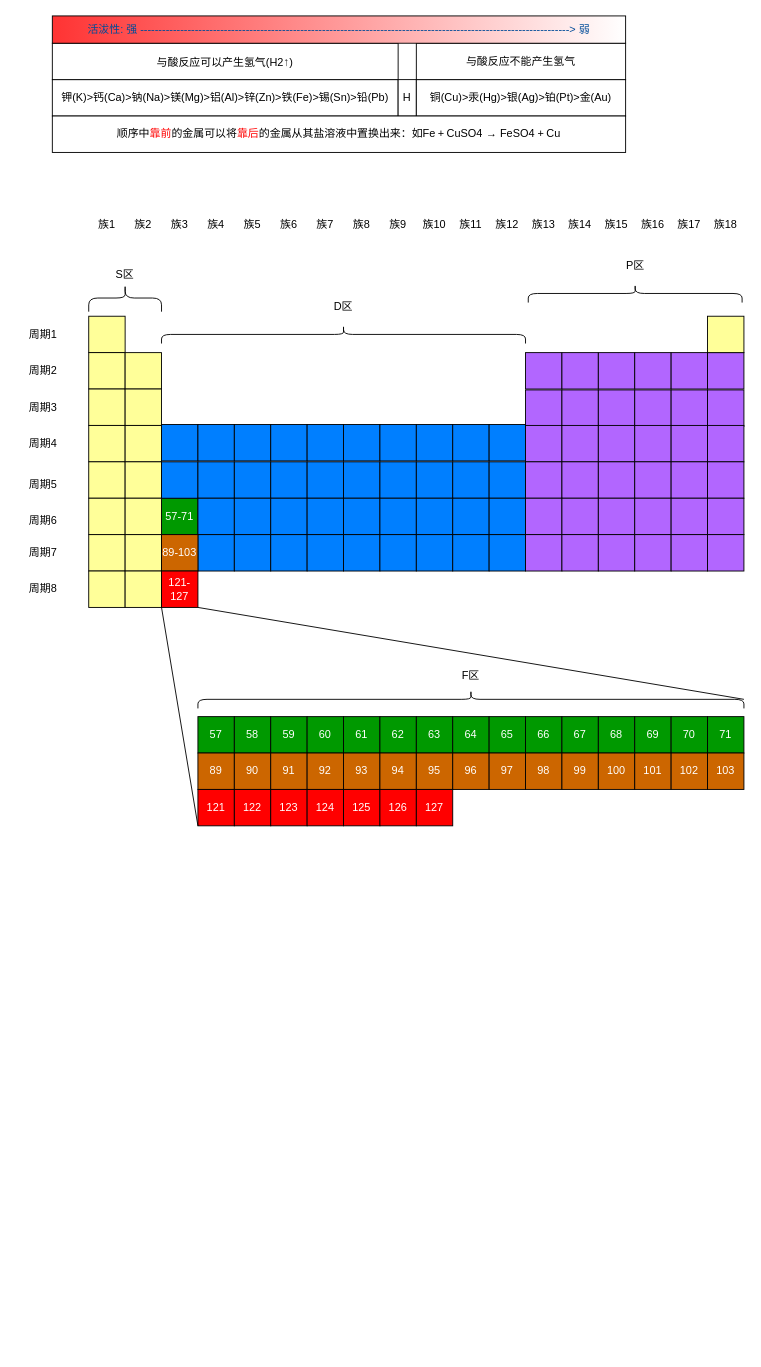
The draw.io diagram 化学元素.drawio in fengsh998/pics, before the edit. Source tidied: cells renumbered, new cells numbered last; positions are measured from the earlier drawing's top-left corner, leaving out a move shared by most shapes. Both pictures are drawn from the tidied source at 91%, with x=0, y=0 at pixel (15, 15).
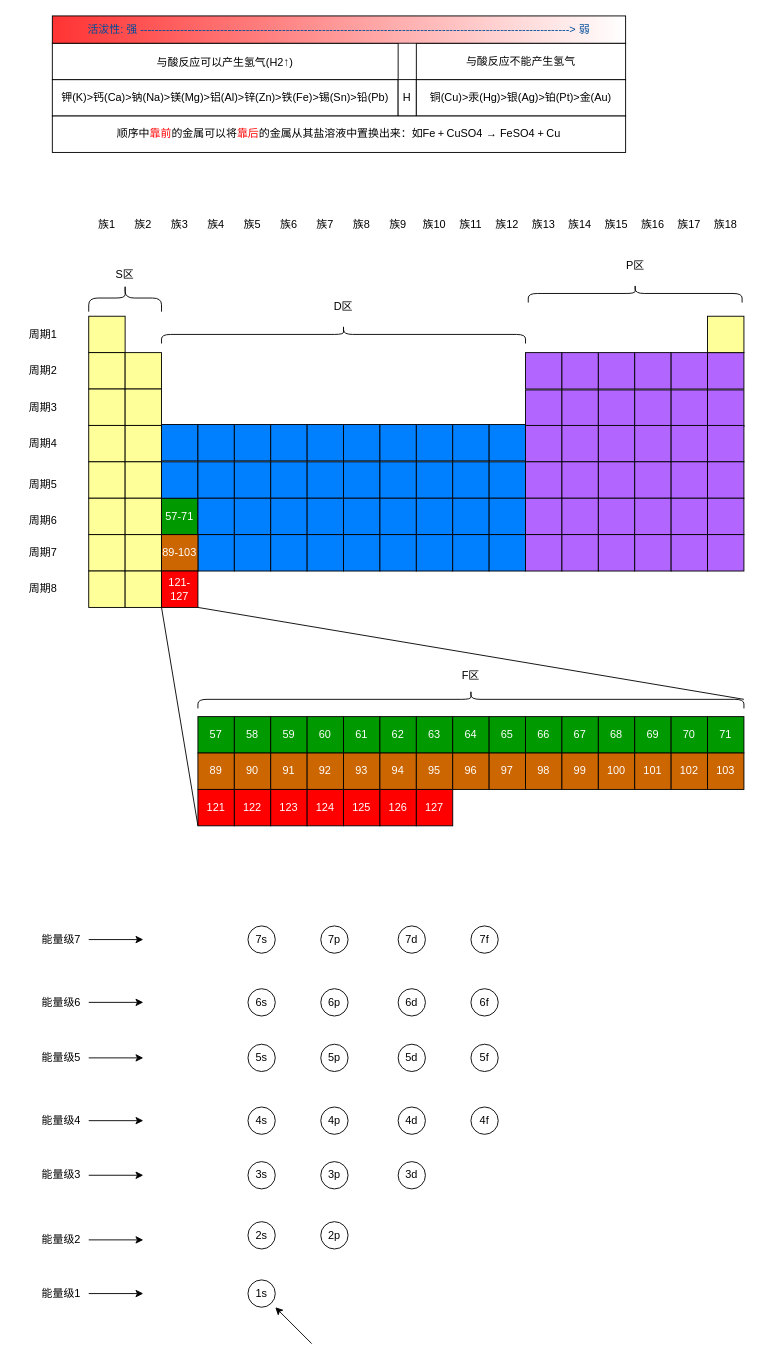
Above is the later version.

Commit message (it also covers changes not shown here):
更新化学元素.drawio

What changed in the source:
```diff
@@
+    <mxCell id="175" value="1s" style="ellipse;whiteSpace=wrap;html=1;" parent="1" vertex="1">
+      <mxGeometry x="255" y="1389" width="30" height="30" as="geometry" />
+    </mxCell>
+    <mxCell id="176" value="2s" style="ellipse;whiteSpace=wrap;html=1;" parent="1" vertex="1">
+      <mxGeometry x="255" y="1325" width="30" height="30" as="geometry" />
+    </mxCell>
+    <mxCell id="177" value="2p" style="ellipse;whiteSpace=wrap;html=1;" parent="1" vertex="1">
+      <mxGeometry x="335" y="1325" width="30" height="30" as="geometry" />
+    </mxCell>
+    <mxCell id="178" value="3s" style="ellipse;whiteSpace=wrap;html=1;" parent="1" vertex="1">
+      <mxGeometry x="255" y="1259" width="30" height="30" as="geometry" />
+    </mxCell>
+    <mxCell id="179" value="3p" style="ellipse;whiteSpace=wrap;html=1;" parent="1" vertex="1">
+      <mxGeometry x="335" y="1259" width="30" height="30" as="geometry" />
+    </mxCell>
+    <mxCell id="180" value="4s" style="ellipse;whiteSpace=wrap;html=1;" parent="1" vertex="1">
+      <mxGeometry x="255" y="1199" width="30" height="30" as="geometry" />
+    </mxCell>
+    <mxCell id="181" value="4p" style="ellipse;whiteSpace=wrap;html=1;" parent="1" vertex="1">
+      <mxGeometry x="335" y="1199" width="30" height="30" as="geometry" />
+    </mxCell>
+    <mxCell id="182" value="5s" style="ellipse;whiteSpace=wrap;html=1;" parent="1" vertex="1">
+      <mxGeometry x="255" y="1130" width="30" height="30" as="geometry" />
+    </mxCell>
+    <mxCell id="183" value="5p" style="ellipse;whiteSpace=wrap;html=1;" parent="1" vertex="1">
+      <mxGeometry x="335" y="1130" width="30" height="30" as="geometry" />
+    </mxCell>
+    <mxCell id="184" value="3d" style="ellipse;whiteSpace=wrap;html=1;" parent="1" vertex="1">
+      <mxGeometry x="420" y="1259" width="30" height="30" as="geometry" />
+    </mxCell>
+    <mxCell id="185" value="4d" style="ellipse;whiteSpace=wrap;html=1;" parent="1" vertex="1">
+      <mxGeometry x="420" y="1199" width="30" height="30" as="geometry" />
+    </mxCell>
+    <mxCell id="186" value="4f" style="ellipse;whiteSpace=wrap;html=1;" parent="1" vertex="1">
+      <mxGeometry x="500" y="1199" width="30" height="30" as="geometry" />
+    </mxCell>
+    <mxCell id="187" value="5d" style="ellipse;whiteSpace=wrap;html=1;" parent="1" vertex="1">
+      <mxGeometry x="420" y="1130" width="30" height="30" as="geometry" />
+    </mxCell>
+    <mxCell id="188" value="5f" style="ellipse;whiteSpace=wrap;html=1;" parent="1" vertex="1">
+      <mxGeometry x="500" y="1130" width="30" height="30" as="geometry" />
+    </mxCell>
+    <mxCell id="189" value="6s" style="ellipse;whiteSpace=wrap;html=1;" parent="1" vertex="1">
+      <mxGeometry x="255" y="1069" width="30" height="30" as="geometry" />
+    </mxCell>
+    <mxCell id="190" value="6p" style="ellipse;whiteSpace=wrap;html=1;" parent="1" vertex="1">
+      <mxGeometry x="335" y="1069" width="30" height="30" as="geometry" />
+    </mxCell>
+    <mxCell id="191" value="6d" style="ellipse;whiteSpace=wrap;html=1;" parent="1" vertex="1">
+      <mxGeometry x="420" y="1069" width="30" height="30" as="geometry" />
+    </mxCell>
+    <mxCell id="192" value="6f" style="ellipse;whiteSpace=wrap;html=1;" parent="1" vertex="1">
+      <mxGeometry x="500" y="1069" width="30" height="30" as="geometry" />
+    </mxCell>
+    <mxCell id="193" value="7s" style="ellipse;whiteSpace=wrap;html=1;" parent="1" vertex="1">
+      <mxGeometry x="255" y="1000" width="30" height="30" as="geometry" />
+    </mxCell>
+    <mxCell id="194" value="7p" style="ellipse;whiteSpace=wrap;html=1;" parent="1" vertex="1">
+      <mxGeometry x="335" y="1000" width="30" height="30" as="geometry" />
+    </mxCell>
+    <mxCell id="195" value="7d" style="ellipse;whiteSpace=wrap;html=1;" parent="1" vertex="1">
+      <mxGeometry x="420" y="1000" width="30" height="30" as="geometry" />
+    </mxCell>
+    <mxCell id="196" value="7f" style="ellipse;whiteSpace=wrap;html=1;" parent="1" vertex="1">
+      <mxGeometry x="500" y="1000" width="30" height="30" as="geometry" />
+    </mxCell>
+    <mxCell id="197" value="能量级1" style="text;html=1;whiteSpace=wrap;strokeColor=none;fillColor=none;align=center;verticalAlign=middle;rounded=0;" parent="1" vertex="1">
+      <mxGeometry x="20" y="1389" width="60" height="30" as="geometry" />
+    </mxCell>
+    <mxCell id="198" style="endArrow=classic;html=1;rounded=0;exitX=1;exitY=0.5;exitDx=0;exitDy=0;" parent="1" edge="1" source="197">
+      <mxGeometry relative="1" as="geometry">
+        <mxPoint x="140" y="1404" as="targetPoint" />
+      </mxGeometry>
+    </mxCell>
+    <mxCell id="199" value="能量级2" style="text;html=1;whiteSpace=wrap;strokeColor=none;fillColor=none;align=center;verticalAlign=middle;rounded=0;" parent="1" vertex="1">
+      <mxGeometry x="20" y="1330" width="60" height="30" as="geometry" />
+    </mxCell>
+    <mxCell id="200" style="endArrow=classic;html=1;rounded=0;exitX=1;exitY=0.5;exitDx=0;exitDy=0;" parent="1" edge="1" source="199">
+      <mxGeometry relative="1" as="geometry">
+        <mxPoint x="140" y="1345" as="targetPoint" />
+      </mxGeometry>
+    </mxCell>
+    <mxCell id="201" value="能量级3" style="text;html=1;whiteSpace=wrap;strokeColor=none;fillColor=none;align=center;verticalAlign=middle;rounded=0;" parent="1" vertex="1">
+      <mxGeometry x="20" y="1259" width="60" height="30" as="geometry" />
+    </mxCell>
+    <mxCell id="202" style="endArrow=classic;html=1;rounded=0;exitX=1;exitY=0.5;exitDx=0;exitDy=0;" parent="1" edge="1" source="201">
+      <mxGeometry relative="1" as="geometry">
+        <mxPoint x="140" y="1274" as="targetPoint" />
+      </mxGeometry>
+    </mxCell>
+    <mxCell id="203" value="能量级4" style="text;html=1;whiteSpace=wrap;strokeColor=none;fillColor=none;align=center;verticalAlign=middle;rounded=0;" parent="1" vertex="1">
+      <mxGeometry x="20" y="1199" width="60" height="30" as="geometry" />
+    </mxCell>
+    <mxCell id="204" style="endArrow=classic;html=1;rounded=0;exitX=1;exitY=0.5;exitDx=0;exitDy=0;" parent="1" edge="1" source="203">
+      <mxGeometry relative="1" as="geometry">
+        <mxPoint x="140" y="1214" as="targetPoint" />
+      </mxGeometry>
+    </mxCell>
+    <mxCell id="205" value="能量级5" style="text;html=1;whiteSpace=wrap;strokeColor=none;fillColor=none;align=center;verticalAlign=middle;rounded=0;" parent="1" vertex="1">
+      <mxGeometry x="20" y="1130" width="60" height="30" as="geometry" />
+    </mxCell>
+    <mxCell id="206" style="endArrow=classic;html=1;rounded=0;exitX=1;exitY=0.5;exitDx=0;exitDy=0;" parent="1" edge="1" source="205">
+      <mxGeometry relative="1" as="geometry">
+        <mxPoint x="140" y="1145" as="targetPoint" />
+      </mxGeometry>
+    </mxCell>
+    <mxCell id="207" value="能量级6" style="text;html=1;whiteSpace=wrap;strokeColor=none;fillColor=none;align=center;verticalAlign=middle;rounded=0;" parent="1" vertex="1">
+      <mxGeometry x="20" y="1069" width="60" height="30" as="geometry" />
+    </mxCell>
+    <mxCell id="208" style="endArrow=classic;html=1;rounded=0;exitX=1;exitY=0.5;exitDx=0;exitDy=0;" parent="1" edge="1" source="207">
+      <mxGeometry relative="1" as="geometry">
+        <mxPoint x="140" y="1084" as="targetPoint" />
+      </mxGeometry>
+    </mxCell>
+    <mxCell id="209" value="能量级7" style="text;html=1;whiteSpace=wrap;strokeColor=none;fillColor=none;align=center;verticalAlign=middle;rounded=0;" parent="1" vertex="1">
+      <mxGeometry x="20" y="1000" width="60" height="30" as="geometry" />
+    </mxCell>
+    <mxCell id="210" style="endArrow=classic;html=1;rounded=0;exitX=1;exitY=0.5;exitDx=0;exitDy=0;" parent="1" edge="1" source="209">
+      <mxGeometry relative="1" as="geometry">
+        <mxPoint x="140" y="1015" as="targetPoint" />
+      </mxGeometry>
+    </mxCell>
+    <mxCell id="211" style="endArrow=classic;html=1;rounded=0;" parent="1" edge="1">
+      <mxGeometry relative="1" as="geometry">
+        <mxPoint x="325" y="1459" as="sourcePoint" />
+        <mxPoint x="285" y="1419" as="targetPoint" />
+      </mxGeometry>
+    </mxCell>
```
